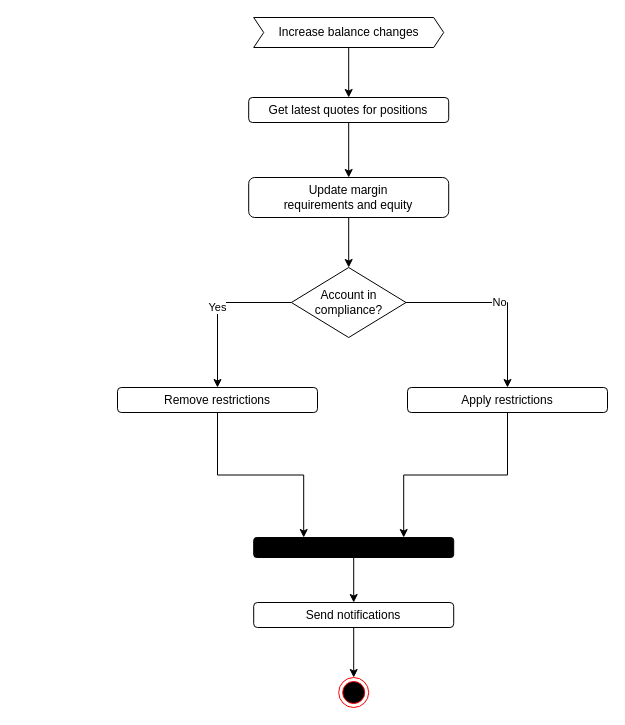
dgboulger/SpoofTraderMarket keeps this draw.io diagram as UC4:IncreaseCashBalance.drawio. Above is the earlier version. Source tidied: cells renumbered, new cells numbered last; positions are measured from the earlier drawing's top-left corner, leaving out a move shared by most shapes. Both pictures are drawn from the tidied source at 100%, with x=0, y=0 at pixel (117, 17).
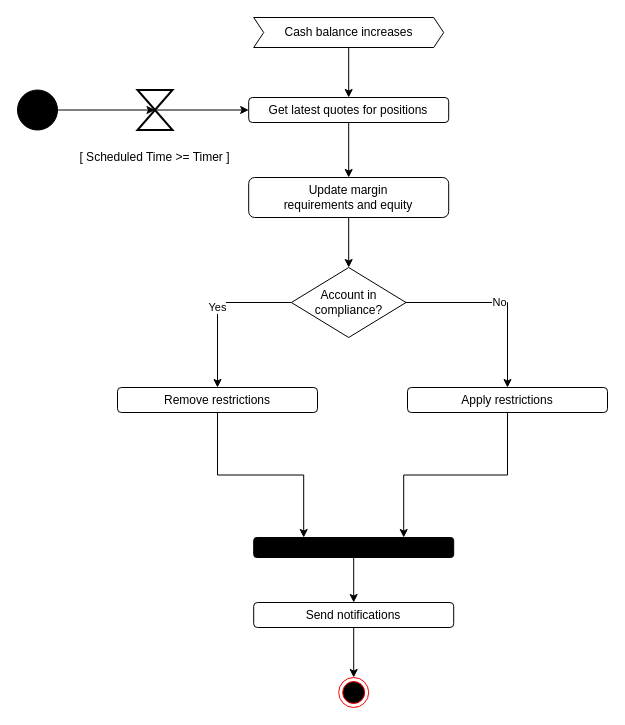
After the change.

The change refers to these unchanged cells:
```xml
<mxCell id="12" value="Get latest quotes for positions" style="rounded=1;whiteSpace=wrap;html=1;fillColor=#FFFFFF;" parent="1" vertex="1">
  <mxGeometry x="131.2" y="80" width="200" height="25" as="geometry" />
</mxCell>
```

The edit, as a diff of the source:
```diff
@@
-    <mxCell id="17" value="Increase balance changes" style="html=1;shadow=0;dashed=0;align=center;verticalAlign=middle;shape=mxgraph.arrows2.arrow;dy=0;dx=10;notch=10;" parent="1" vertex="1">
+    <mxCell id="17" value="Cash balance increases" style="html=1;shadow=0;dashed=0;align=center;verticalAlign=middle;shape=mxgraph.arrows2.arrow;dy=0;dx=10;notch=10;" parent="1" vertex="1">
       <mxGeometry x="136.2" width="190" height="30" as="geometry" />
     </mxCell>
@@
+    <mxCell id="22" style="edgeStyle=orthogonalEdgeStyle;rounded=0;jettySize=auto;html=1;exitX=1;exitY=0.5;exitDx=0;exitDy=0;entryX=0.5;entryY=0.5;entryDx=0;entryDy=0;entryPerimeter=0;" parent="1" edge="1" source="23" target="25">
+      <mxGeometry relative="1" as="geometry" />
+    </mxCell>
+    <mxCell id="23" style="ellipse;whiteSpace=wrap;html=1;fillColor=#000000;" parent="1" vertex="1">
+      <mxGeometry x="-100" y="72.5" width="40" height="40" as="geometry" />
+    </mxCell>
+    <mxCell id="24" style="edgeStyle=orthogonalEdgeStyle;rounded=0;jettySize=auto;html=1;exitX=0.5;exitY=0.5;exitDx=0;exitDy=0;exitPerimeter=0;entryX=0;entryY=0.5;entryDx=0;entryDy=0;" parent="1" edge="1" source="25" target="12">
+      <mxGeometry relative="1" as="geometry" />
+    </mxCell>
+    <mxCell id="25" style="html=1;shape=mxgraph.sysml.timeEvent;strokeWidth=2;verticalLabelPosition=bottom;verticalAlignment=top;" parent="1" vertex="1">
+      <mxGeometry x="20" y="72.5" width="35" height="40" as="geometry" />
+    </mxCell>
+    <mxCell id="26" value="[ Scheduled Time &amp;gt;= Timer ]" style="text;html=1;strokeColor=none;fillColor=none;align=center;verticalAlign=middle;whiteSpace=wrap;rounded=0;" parent="1" vertex="1">
+      <mxGeometry x="-45" y="130" width="165" height="20" as="geometry" />
+    </mxCell>
```
